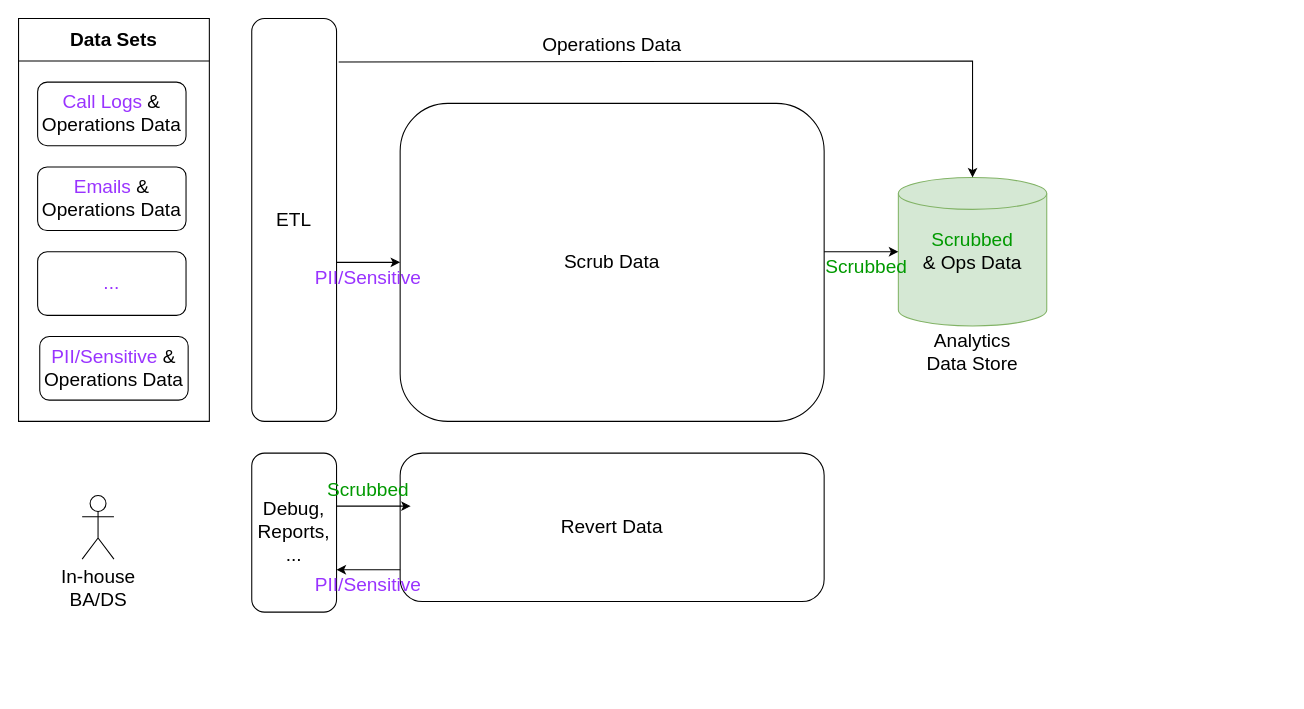
Earlier version of the draw.io diagram page "Data Scrubbing" (7 of 12) of AB2 - early draft.drawio (fotoby/ab3). Source tidied: cells renumbered, new cells numbered last; positions are measured from the earlier drawing's top-left corner, leaving out a move shared by most shapes. Both pictures are drawn from the tidied source at 106%, with x=0, y=0 at pixel (18, 18).
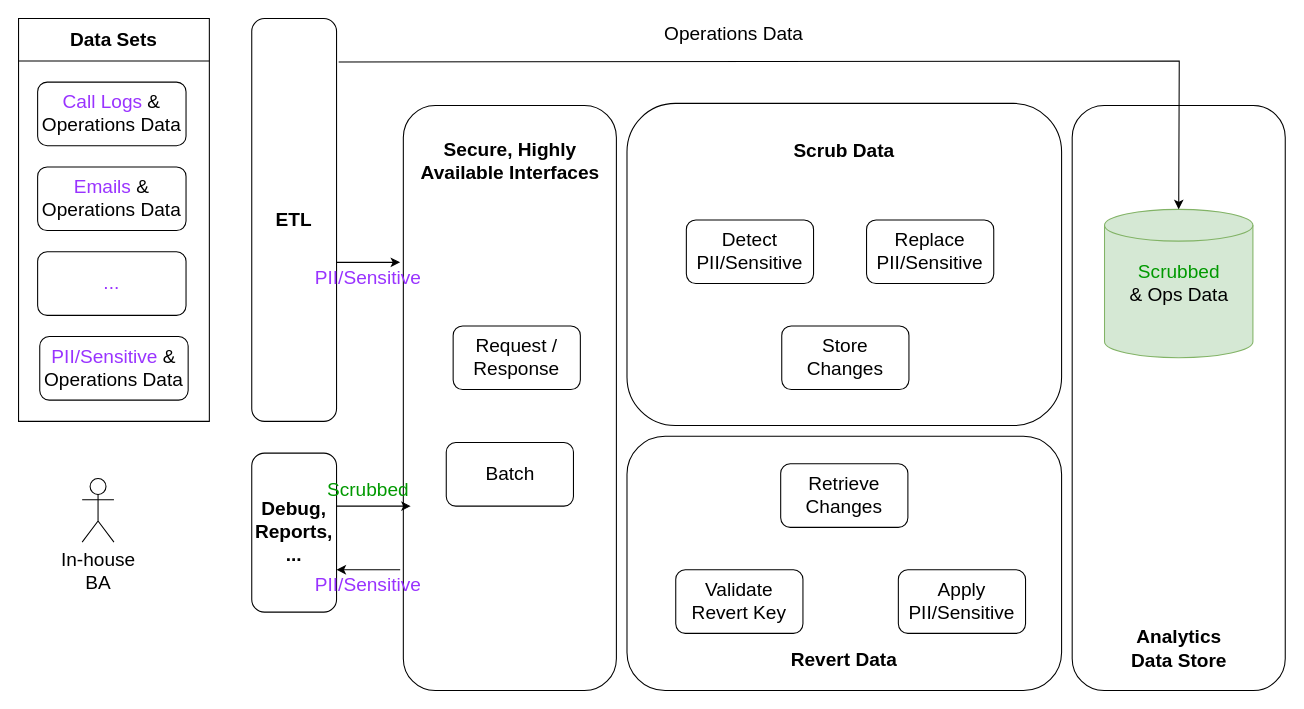
Above is the later version.

The edit, as a diff of the source:
```diff
@@
+    <mxCell id="25" style="rounded=1;whiteSpace=wrap;html=1;shadow=0;labelBorderColor=none;strokeColor=default;fontSize=18;fontColor=#000000;" parent="1" vertex="1">
+      <mxGeometry x="994" y="82" width="201" height="552" as="geometry" />
+    </mxCell>
+    <mxCell id="26" style="rounded=1;whiteSpace=wrap;html=1;shadow=0;labelBorderColor=none;strokeColor=default;fontSize=18;fontColor=#000000;" parent="1" vertex="1">
+      <mxGeometry x="574" y="394" width="410" height="240" as="geometry" />
+    </mxCell>
+    <mxCell id="27" style="rounded=1;whiteSpace=wrap;html=1;shadow=0;labelBorderColor=none;strokeColor=default;fontSize=18;fontColor=#000000;" parent="1" vertex="1">
+      <mxGeometry x="574" y="80" width="410" height="304" as="geometry" />
+    </mxCell>
+    <mxCell id="28" style="rounded=1;whiteSpace=wrap;html=1;shadow=0;labelBorderColor=none;strokeColor=default;fontSize=18;fontColor=#000000;" parent="1" vertex="1">
+      <mxGeometry x="363" y="82" width="201" height="552" as="geometry" />
+    </mxCell>
@@
-    <mxCell id="7" value="&lt;font color=&quot;#000000&quot;&gt;Scrub Data&lt;/font&gt;" style="rounded=1;whiteSpace=wrap;html=1;shadow=0;labelBorderColor=none;strokeColor=default;fontSize=18;fontColor=#9933FF;" parent="1" vertex="1">
-      <mxGeometry x="360" y="80" width="400" height="300" as="geometry" />
-    </mxCell>
-    <mxCell id="8" value="&lt;font color=&quot;#000000&quot;&gt;Revert Data&lt;/font&gt;" style="rounded=1;whiteSpace=wrap;html=1;shadow=0;labelBorderColor=none;strokeColor=default;fontSize=18;fontColor=#9933FF;" parent="1" vertex="1">
-      <mxGeometry x="360" y="410" width="400" height="140" as="geometry" />
-    </mxCell>
-    <mxCell id="9" value="&lt;font color=&quot;#000000&quot;&gt;In-house&lt;br&gt;BA/DS&lt;/font&gt;" style="shape=umlActor;verticalLabelPosition=bottom;verticalAlign=top;html=1;shadow=0;labelBorderColor=none;strokeColor=default;fontSize=18;fontColor=#9933FF;" parent="1" vertex="1">
-      <mxGeometry x="60" y="450" width="30" height="60" as="geometry" />
+    <mxCell id="9" value="&lt;font color=&quot;#000000&quot;&gt;In-house&lt;br&gt;BA&lt;/font&gt;" style="shape=umlActor;verticalLabelPosition=bottom;verticalAlign=top;html=1;shadow=0;labelBorderColor=none;strokeColor=default;fontSize=18;fontColor=#9933FF;" parent="1" vertex="1">
+      <mxGeometry x="60" y="434" width="30" height="60" as="geometry" />
     </mxCell>
     <mxCell id="10" style="shape=cylinder3;whiteSpace=wrap;html=1;boundedLbl=1;backgroundOutline=1;size=15;shadow=0;strokeColor=#82b366;fontSize=18;fillColor=#d5e8d4;" parent="1" vertex="1">
-      <mxGeometry x="830" y="150" width="140" height="140" as="geometry" />
+      <mxGeometry x="1024.5" y="180" width="140" height="140" as="geometry" />
     </mxCell>
-    <mxCell id="11" value="Analytics&lt;br&gt;Data Store" style="text;html=1;strokeColor=none;fillColor=none;align=center;verticalAlign=middle;whiteSpace=wrap;rounded=0;shadow=0;labelBorderColor=none;fontSize=18;fontColor=#000000;" parent="1" vertex="1">
-      <mxGeometry x="840" y="300" width="120" height="30" as="geometry" />
+    <mxCell id="11" value="&lt;b&gt;Analytics&lt;br&gt;Data Store&lt;/b&gt;" style="text;html=1;strokeColor=none;fillColor=none;align=center;verticalAlign=middle;whiteSpace=wrap;rounded=0;shadow=0;labelBorderColor=none;fontSize=18;fontColor=#000000;" parent="1" vertex="1">
+      <mxGeometry x="1034.5" y="580" width="120" height="30" as="geometry" />
     </mxCell>
     <mxCell id="12" value="&lt;font color=&quot;#009900&quot;&gt;Scrubbed&lt;/font&gt;&lt;br&gt;&amp;amp; Ops Data" style="text;html=1;strokeColor=none;fillColor=none;align=center;verticalAlign=middle;whiteSpace=wrap;rounded=0;shadow=0;labelBorderColor=none;fontSize=18;fontColor=#000000;" parent="1" vertex="1">
-      <mxGeometry x="830" y="205" width="140" height="30" as="geometry" />
+      <mxGeometry x="1024.5" y="235" width="140" height="30" as="geometry" />
     </mxCell>
-    <mxCell id="13" value="ETL" style="rounded=1;whiteSpace=wrap;html=1;shadow=0;labelBorderColor=none;strokeColor=default;fontSize=18;fontColor=#000000;" parent="1" vertex="1">
+    <mxCell id="13" value="&lt;b&gt;ETL&lt;/b&gt;" style="rounded=1;whiteSpace=wrap;html=1;shadow=0;labelBorderColor=none;strokeColor=default;fontSize=18;fontColor=#000000;" parent="1" vertex="1">
       <mxGeometry x="220" width="80" height="380" as="geometry" />
     </mxCell>
     <mxCell id="14" style="endArrow=classic;html=1;rounded=0;fontSize=18;fontColor=#000000;exitX=1.025;exitY=0.108;exitDx=0;exitDy=0;exitPerimeter=0;entryX=0.5;entryY=0;entryDx=0;entryDy=0;entryPerimeter=0;" parent="1" edge="1" source="13" target="10">
       <mxGeometry relative="1" as="geometry">
         <Array as="points">
-          <mxPoint x="900" y="40" />
+          <mxPoint x="1095" y="40" />
         </Array>
       </mxGeometry>
     </mxCell>
     <mxCell id="15" value="Operations Data" style="text;html=1;strokeColor=none;fillColor=none;align=center;verticalAlign=middle;whiteSpace=wrap;rounded=0;shadow=0;labelBorderColor=none;fontSize=18;fontColor=#000000;" parent="1" vertex="1">
-      <mxGeometry x="465" y="10" width="190" height="30" as="geometry" />
+      <mxGeometry x="580" width="190" height="30" as="geometry" />
     </mxCell>
-    <mxCell id="16" style="endArrow=classic;html=1;rounded=0;fontSize=18;fontColor=#000000;entryX=0;entryY=0.5;entryDx=0;entryDy=0;" parent="1" edge="1" target="7">
+    <mxCell id="16" style="endArrow=classic;html=1;rounded=0;fontSize=18;fontColor=#000000;entryX=0;entryY=0.5;entryDx=0;entryDy=0;" parent="1" edge="1">
       <mxGeometry relative="1" as="geometry">
         <mxPoint x="300" y="230" as="sourcePoint" />
+        <mxPoint x="360" y="230" as="targetPoint" />
       </mxGeometry>
     </mxCell>
-    <mxCell id="17" value="Debug,&lt;br&gt;Reports,&lt;br&gt;..." style="rounded=1;whiteSpace=wrap;html=1;shadow=0;labelBorderColor=none;strokeColor=default;fontSize=18;fontColor=#000000;" parent="1" vertex="1">
+    <mxCell id="17" value="&lt;b&gt;Debug,&lt;br&gt;Reports,&lt;br&gt;...&lt;/b&gt;" style="rounded=1;whiteSpace=wrap;html=1;shadow=0;labelBorderColor=none;strokeColor=default;fontSize=18;fontColor=#000000;" parent="1" vertex="1">
       <mxGeometry x="220" y="410" width="80" height="150" as="geometry" />
     </mxCell>
@@
-    <mxCell id="19" style="endArrow=classic;html=1;rounded=0;fontSize=18;fontColor=#000000;entryX=0;entryY=0.5;entryDx=0;entryDy=0;" parent="1" edge="1" target="12">
-      <mxGeometry relative="1" as="geometry">
-        <mxPoint x="760" y="220" as="sourcePoint" />
-      </mxGeometry>
-    </mxCell>
-    <mxCell id="20" value="&lt;font color=&quot;#009900&quot;&gt;Scrubbed&lt;/font&gt;" style="text;html=1;strokeColor=none;fillColor=none;align=center;verticalAlign=middle;whiteSpace=wrap;rounded=0;shadow=0;labelBorderColor=none;fontSize=18;fontColor=#000000;" parent="1" vertex="1">
-      <mxGeometry x="740" y="220" width="120" height="30" as="geometry" />
-    </mxCell>
@@
+    <mxCell id="29" value="&lt;b&gt;Secure, Highly Available Interfaces&lt;/b&gt;" style="text;html=1;strokeColor=none;fillColor=none;align=center;verticalAlign=middle;whiteSpace=wrap;rounded=0;shadow=0;labelBorderColor=none;fontSize=18;fontColor=#000000;" parent="1" vertex="1">
+      <mxGeometry x="368.5" y="120" width="190" height="30" as="geometry" />
+    </mxCell>
+    <mxCell id="7" value="&lt;b&gt;Scrub Data&lt;/b&gt;" style="text;html=1;strokeColor=none;fillColor=none;align=center;verticalAlign=middle;whiteSpace=wrap;rounded=0;shadow=0;labelBorderColor=none;fontSize=18;fontColor=#000000;" parent="1" vertex="1">
+      <mxGeometry x="684" y="110" width="190" height="30" as="geometry" />
+    </mxCell>
+    <mxCell id="8" value="&lt;b&gt;Revert Data&lt;/b&gt;" style="text;html=1;strokeColor=none;fillColor=none;align=center;verticalAlign=middle;whiteSpace=wrap;rounded=0;shadow=0;labelBorderColor=none;fontSize=18;fontColor=#000000;" parent="1" vertex="1">
+      <mxGeometry x="684" y="590" width="190" height="30" as="geometry" />
+    </mxCell>
+    <mxCell id="30" value="Batch" style="rounded=1;whiteSpace=wrap;html=1;shadow=0;labelBorderColor=none;strokeColor=default;fontSize=18;fontColor=#000000;" parent="1" vertex="1">
+      <mxGeometry x="403.5" y="400" width="120" height="60" as="geometry" />
+    </mxCell>
+    <mxCell id="31" value="Request / Response" style="rounded=1;whiteSpace=wrap;html=1;shadow=0;labelBorderColor=none;strokeColor=default;fontSize=18;fontColor=#000000;" parent="1" vertex="1">
+      <mxGeometry x="410" y="290" width="120" height="60" as="geometry" />
+    </mxCell>
+    <mxCell id="32" value="Detect PII/Sensitive" style="rounded=1;whiteSpace=wrap;html=1;shadow=0;labelBorderColor=none;strokeColor=default;fontSize=18;fontColor=#000000;" parent="1" vertex="1">
+      <mxGeometry x="630" y="190" width="120" height="60" as="geometry" />
+    </mxCell>
+    <mxCell id="33" value="Replace PII/Sensitive" style="rounded=1;whiteSpace=wrap;html=1;shadow=0;labelBorderColor=none;strokeColor=default;fontSize=18;fontColor=#000000;" parent="1" vertex="1">
+      <mxGeometry x="800" y="190" width="120" height="60" as="geometry" />
+    </mxCell>
+    <mxCell id="34" value="Store Changes" style="rounded=1;whiteSpace=wrap;html=1;shadow=0;labelBorderColor=none;strokeColor=default;fontSize=18;fontColor=#000000;" parent="1" vertex="1">
+      <mxGeometry x="720" y="290" width="120" height="60" as="geometry" />
+    </mxCell>
+    <mxCell id="35" value="Retrieve Changes" style="rounded=1;whiteSpace=wrap;html=1;shadow=0;labelBorderColor=none;strokeColor=default;fontSize=18;fontColor=#000000;" parent="1" vertex="1">
+      <mxGeometry x="719" y="420" width="120" height="60" as="geometry" />
+    </mxCell>
+    <mxCell id="36" value="Apply PII/Sensitive" style="rounded=1;whiteSpace=wrap;html=1;shadow=0;labelBorderColor=none;strokeColor=default;fontSize=18;fontColor=#000000;" parent="1" vertex="1">
+      <mxGeometry x="830" y="520" width="120" height="60" as="geometry" />
+    </mxCell>
+    <mxCell id="37" value="Validate Revert Key" style="rounded=1;whiteSpace=wrap;html=1;shadow=0;labelBorderColor=none;strokeColor=default;fontSize=18;fontColor=#000000;" parent="1" vertex="1">
+      <mxGeometry x="620" y="520" width="120" height="60" as="geometry" />
+    </mxCell>
```
